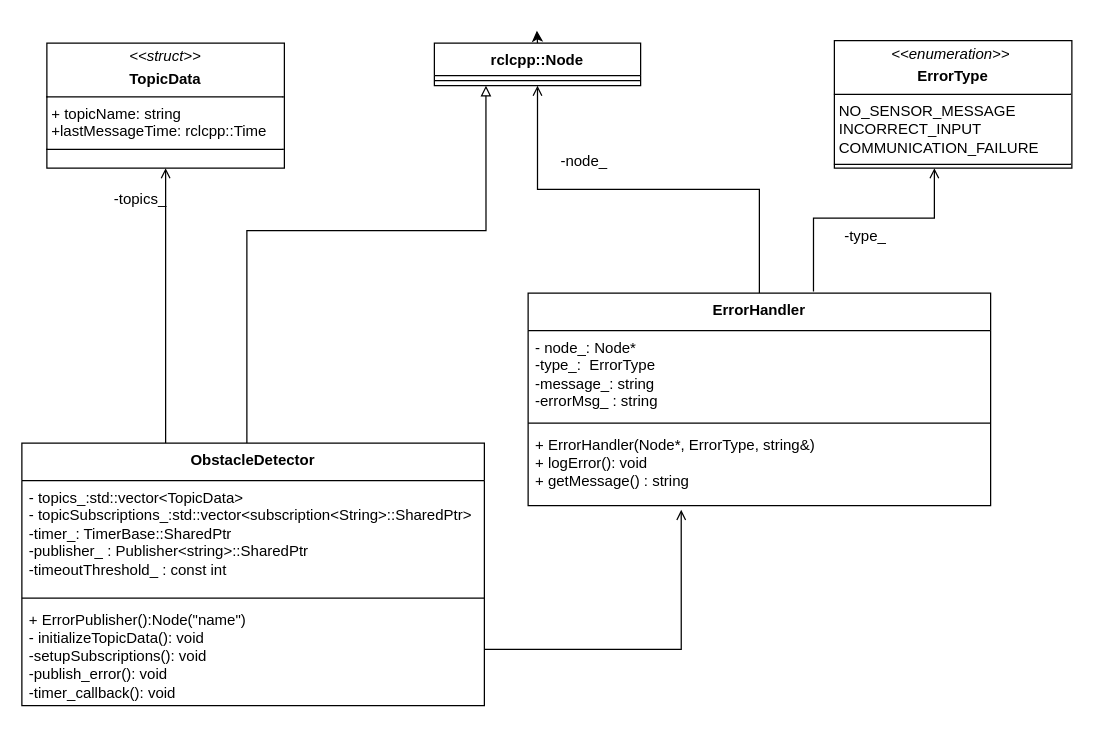
Above: Diagrams/UML/obstacle uml.drawio in mekuro9/PWAO-CSU (draw.io), before the change. Source tidied: cells renumbered, new cells numbered last; positions are measured from the earlier drawing's top-left corner, leaving out a move shared by most shapes. Both pictures are drawn from the tidied source at 125%, with x=0, y=0 at pixel (21, 30).
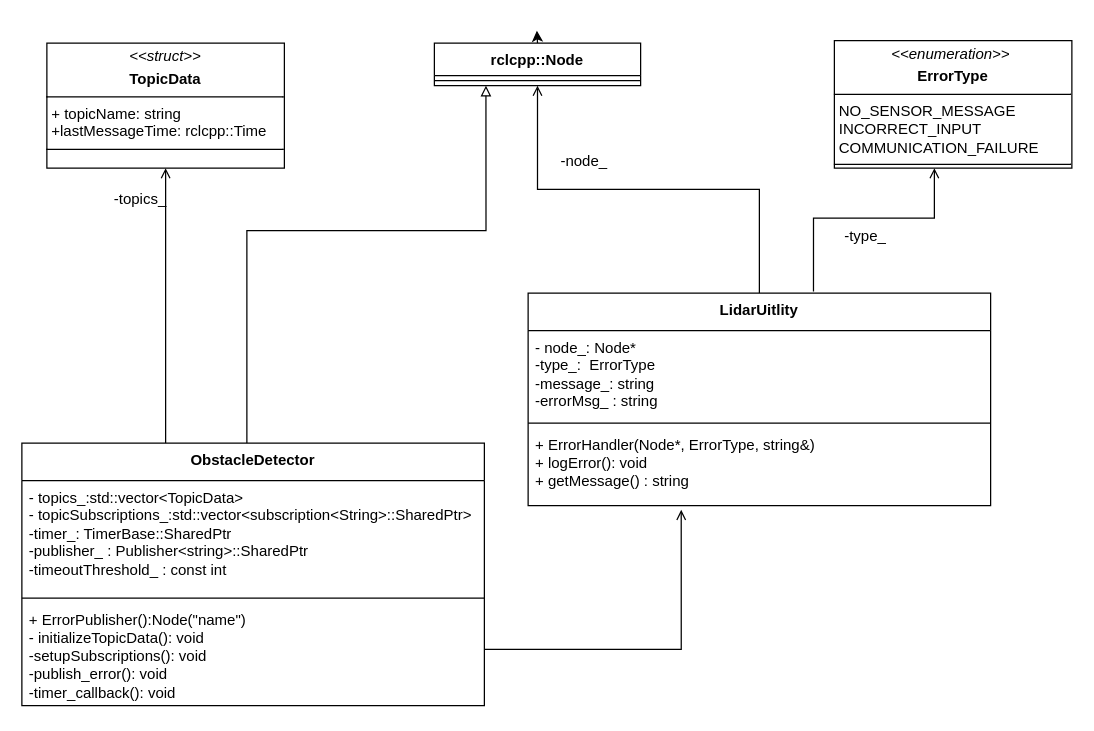
The same diagram, later.

What changed in the source:
```diff
@@
-    <mxCell id="6" value="ErrorHandler" style="swimlane;fontStyle=1;align=center;verticalAlign=top;horizontal=1;startSize=30;whiteSpace=wrap;html=1;" parent="1" vertex="1">
+    <mxCell id="6" value="LidarUitlity" style="swimlane;fontStyle=1;align=center;verticalAlign=top;horizontal=1;startSize=30;whiteSpace=wrap;html=1;" parent="1" vertex="1">
       <mxGeometry x="405" y="210" width="370" height="170" as="geometry" />
     </mxCell>
```
